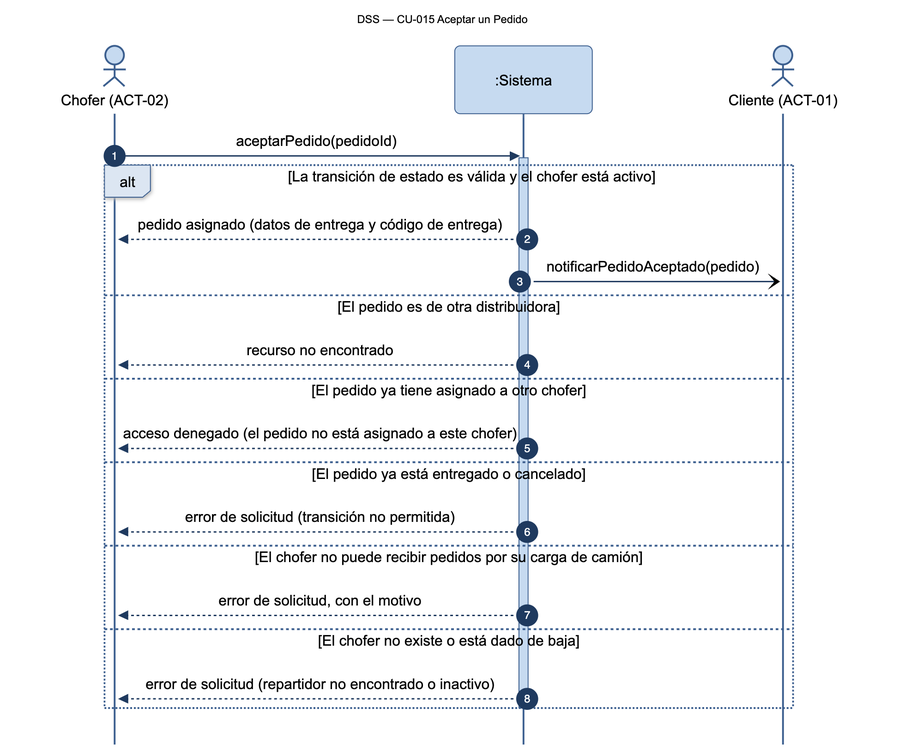
The Mermaid diagram diagramas/png/DSS_CU-015_Aceptar-un-Pedido.png in Nahuelito-Dev/splg-docs, before a commit. Its source is kept beside it as diagramas/DSS_CU-015_Aceptar-un-Pedido.mmd. Its diagram source:
```mermaid
sequenceDiagram
    title DSS — CU-015 Aceptar un Pedido
    autonumber
    actor CHO as Chofer (ACT-02)
    participant SIS as :Sistema
    actor CLI as Cliente (ACT-01)

    CHO->>SIS: aceptarPedido(pedidoId)
    activate SIS
    alt La transición de estado es válida y el chofer está activo
        SIS-->>CHO: pedido asignado (datos de entrega y código de entrega)
        SIS-)CLI: notificarPedidoAceptado(pedido)
    else El pedido es de otra distribuidora
        SIS-->>CHO: recurso no encontrado
    else El pedido ya tiene asignado a otro chofer
        SIS-->>CHO: acceso denegado (el pedido no está asignado a este chofer)
    else El pedido ya está entregado o cancelado
        SIS-->>CHO: error de solicitud (transición no permitida)
    else El chofer no puede recibir pedidos por su carga de camión
        SIS-->>CHO: error de solicitud, con el motivo
    else El chofer no existe o está dado de baja
        SIS-->>CHO: error de solicitud (repartidor no encontrado o inactivo)
    end
    deactivate SIS
```
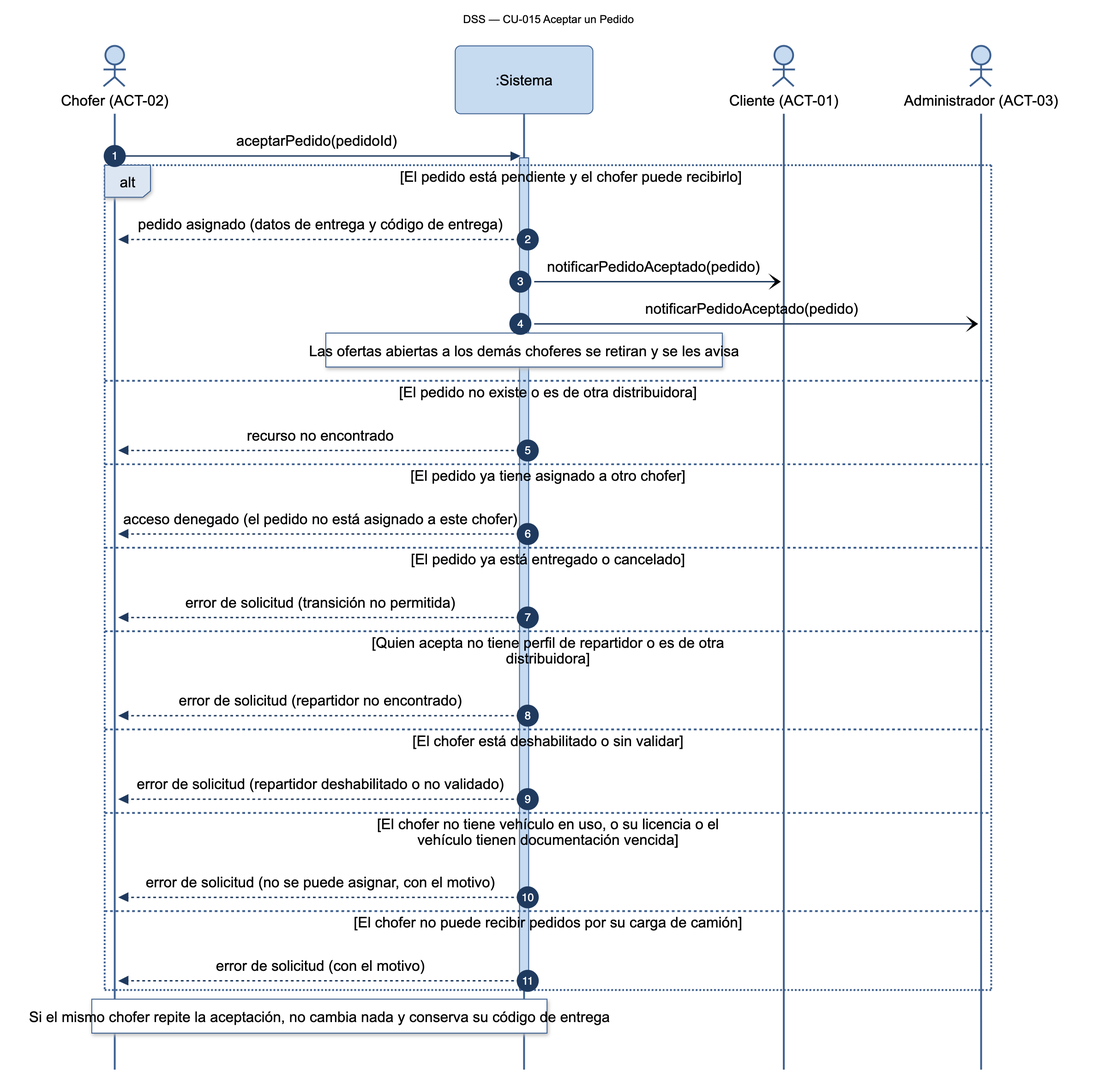
The same diagram one commit later.

What changed in the source:
```diff
@@ -4,21 +4,29 @@
     actor CHO as Chofer (ACT-02)
     participant SIS as :Sistema
     actor CLI as Cliente (ACT-01)
+    actor ADM as Administrador (ACT-03)
 
     CHO->>SIS: aceptarPedido(pedidoId)
     activate SIS
-    alt La transición de estado es válida y el chofer está activo
+    alt El pedido está pendiente y el chofer puede recibirlo
         SIS-->>CHO: pedido asignado (datos de entrega y código de entrega)
         SIS-)CLI: notificarPedidoAceptado(pedido)
-    else El pedido es de otra distribuidora
+        SIS-)ADM: notificarPedidoAceptado(pedido)
+        Note over SIS: Las ofertas abiertas a los demás choferes se retiran y se les avisa
+    else El pedido no existe o es de otra distribuidora
         SIS-->>CHO: recurso no encontrado
     else El pedido ya tiene asignado a otro chofer
         SIS-->>CHO: acceso denegado (el pedido no está asignado a este chofer)
     else El pedido ya está entregado o cancelado
         SIS-->>CHO: error de solicitud (transición no permitida)
+    else Quien acepta no tiene perfil de repartidor o es de otra distribuidora
+        SIS-->>CHO: error de solicitud (repartidor no encontrado)
+    else El chofer está deshabilitado o sin validar
+        SIS-->>CHO: error de solicitud (repartidor deshabilitado o no validado)
+    else El chofer no tiene vehículo en uso, o su licencia o el vehículo tienen documentación vencida
+        SIS-->>CHO: error de solicitud (no se puede asignar, con el motivo)
     else El chofer no puede recibir pedidos por su carga de camión
-        SIS-->>CHO: error de solicitud, con el motivo
-    else El chofer no existe o está dado de baja
-        SIS-->>CHO: error de solicitud (repartidor no encontrado o inactivo)
+        SIS-->>CHO: error de solicitud (con el motivo)
     end
     deactivate SIS
+    Note over CHO,SIS: Si el mismo chofer repite la aceptación, no cambia nada y conserva su código de entrega
```
